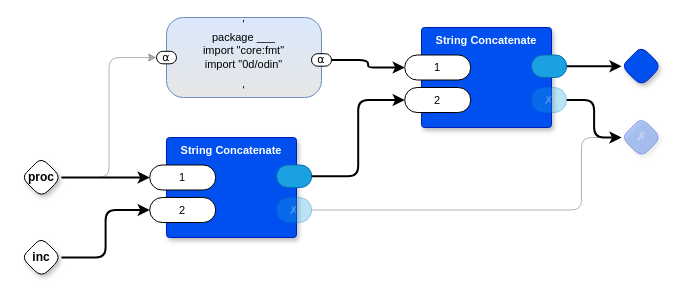
Earlier version of the draw.io diagram page "Combine Generated Code" (7 of 15) of gen0d.drawio (guitarvydas/gen0d). Source tidied: cells renumbered, new cells numbered last; positions are measured from the earlier drawing's top-left corner, leaving out a move shared by most shapes. Both pictures are drawn from the tidied source at 100%, with x=0, y=0 at pixel (21, 17).
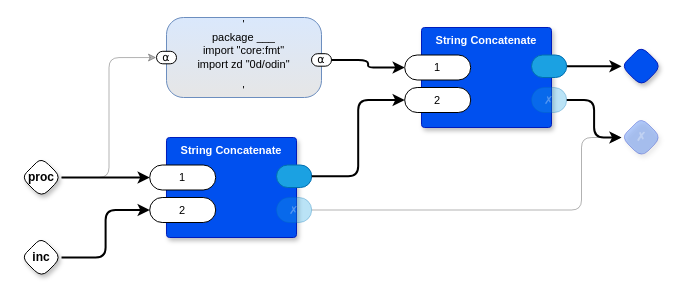
The same page after the edit.

Change to the diagram source:
```diff
@@
-    <mxCell id="3" value="'&lt;br&gt;package ___&lt;br&gt;import &quot;core:fmt&quot;&lt;br&gt;import &quot;0d/odin&quot;&lt;br&gt;&lt;br&gt;'" style="rounded=1;whiteSpace=wrap;html=1;sketch=0;verticalAlign=middle;arcSize=34;fontStyle=0;absoluteArcSize=1;shadow=0;strokeColor=#6c8ebf;fillColor=#dae8fc;fontFamily=Helvetica;fontSize=11;gradientColor=#E6E6E6;fontColor=default;" parent="1" vertex="1">
+    <mxCell id="3" value="'&lt;br&gt;package ___&lt;br&gt;import &quot;core:fmt&quot;&lt;br&gt;import zd &quot;0d/odin&quot;&lt;br&gt;&lt;br&gt;'" style="rounded=1;whiteSpace=wrap;html=1;sketch=0;verticalAlign=middle;arcSize=34;fontStyle=0;absoluteArcSize=1;shadow=0;strokeColor=#6c8ebf;fillColor=#dae8fc;fontFamily=Helvetica;fontSize=11;gradientColor=#E6E6E6;fontColor=default;" parent="1" vertex="1">
       <mxGeometry x="145" width="155" height="80" as="geometry" />
     </mxCell>
```
